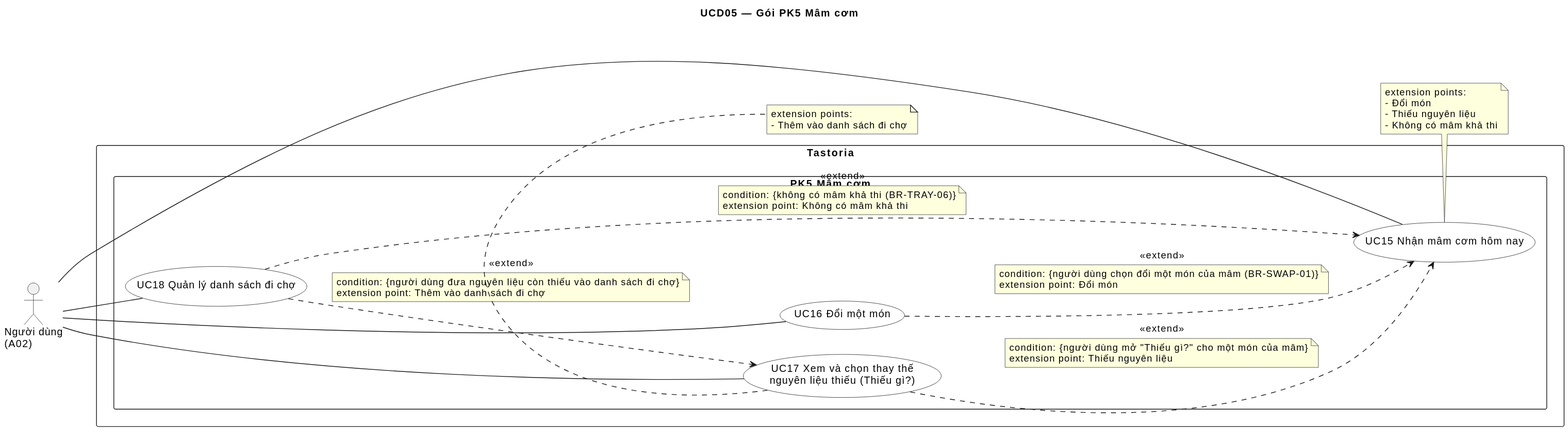
Before: docs/uml/out/usecase/UCD05-mam-com.svg, a diagram exported from PlantUML (NamBuw/Tastoria).
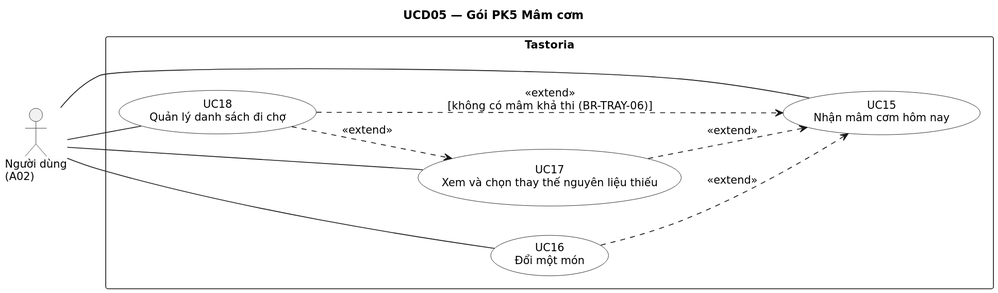
The same file after the commit.

Diff of the diagram source:
```diff
@@ -1,5 +1,10 @@
 @startuml
 title UCD05 — Gói PK5 Mâm cơm
+skinparam shadowing false
+skinparam defaultFontName DejaVu Sans
+skinparam defaultFontSize 13
+skinparam dpi 110
+
 left to right direction
 skinparam packageStyle rectangle
 skinparam actorStyle stick
@@ -9,49 +14,19 @@
 }
 
 actor "Người dùng\n(A02)" as A02
-
 rectangle "Tastoria" {
-  package "PK5 Mâm cơm" as PK5 {
-    usecase "UC15 Nhận mâm cơm hôm nay" as UC15
-    usecase "UC16 Đổi một món" as UC16
-    usecase "UC17 Xem và chọn thay thế\nnguyên liệu thiếu (Thiếu gì?)" as UC17
-    usecase "UC18 Quản lý danh sách đi chợ" as UC18
-  }
+  usecase "UC15\nNhận mâm cơm hôm nay" as UC15
+  usecase "UC16\nĐổi một món" as UC16
+  usecase "UC17\nXem và chọn thay thế nguyên liệu thiếu" as UC17
+  usecase "UC18\nQuản lý danh sách đi chợ" as UC18
 }
 
 A02 -- UC15
 A02 -- UC16
 A02 -- UC17
 A02 -- UC18
-
 UC16 ..> UC15 : <<extend>>
-note on link
-  condition: {người dùng chọn đổi một món của mâm (BR-SWAP-01)}
-  extension point: Đổi món
-end note
 UC17 ..> UC15 : <<extend>>
-note on link
-  condition: {người dùng mở "Thiếu gì?" cho một món của mâm}
-  extension point: Thiếu nguyên liệu
-end note
 UC18 ..> UC17 : <<extend>>
-note on link
-  condition: {người dùng đưa nguyên liệu còn thiếu vào danh sách đi chợ}
-  extension point: Thêm vào danh sách đi chợ
-end note
-UC18 ..> UC15 : <<extend>>
-note on link
-  condition: {không có mâm khả thi (BR-TRAY-06)}
-  extension point: Không có mâm khả thi
-end note
-note bottom of UC15
-  extension points:
-  - Đổi món
-  - Thiếu nguyên liệu
-  - Không có mâm khả thi
-end note
-note bottom of UC17
-  extension points:
-  - Thêm vào danh sách đi chợ
-end note
+UC18 ..> UC15 : <<extend>>\n[không có mâm khả thi (BR-TRAY-06)]
 @enduml
```
